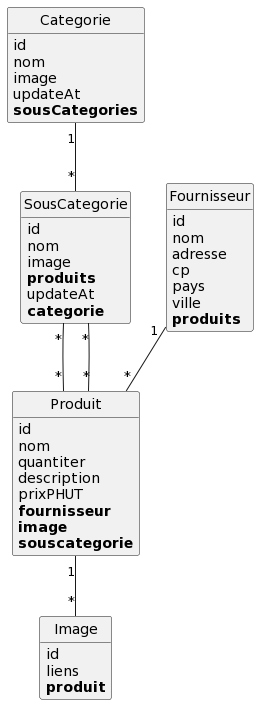
This is ShopMaquette/puml/index.png from Gispsy/ShopMaquette, a PlantUML export, as it was before one commit.
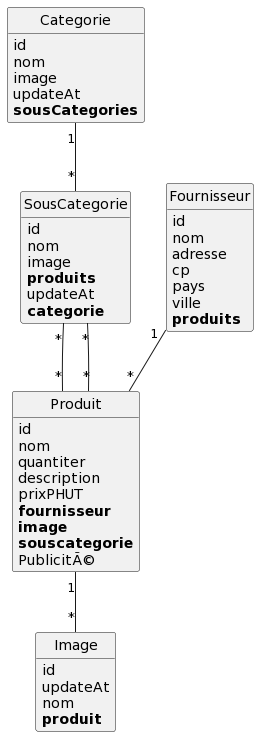
The same file after the commit.

Diff of the diagram source:
```diff
@@ -19,7 +19,8 @@
 
 class Image {
 	id
-	liens
+	updateAt
+	nom
 	**produit**
 }
 
@@ -32,6 +33,7 @@
 	**fournisseur**
 	**image**
 	**souscategorie**
+	PublicitÃ©
 }
 
 class SousCategorie {
```
